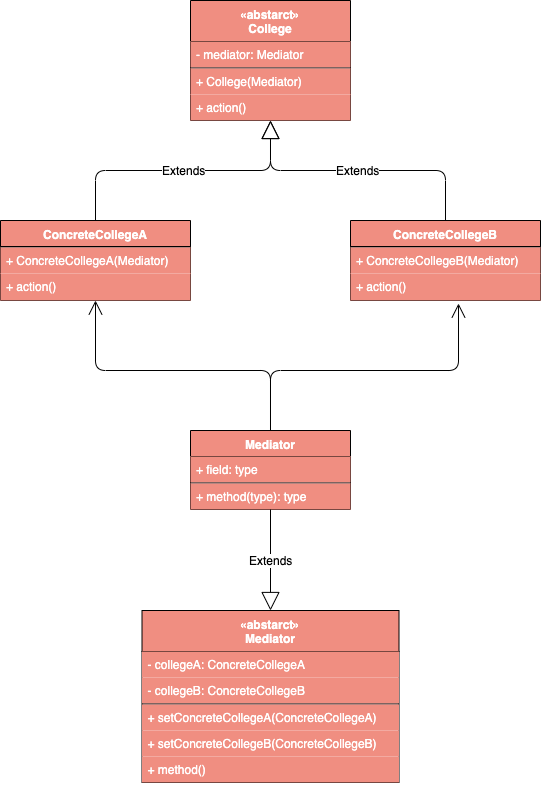
Above: docs/drawio/Mediator.png in CodePoem/VDesignPatterns (draw.io), before the change. Source tidied: cells renumbered, new cells last; positions are measured from the earlier drawing's top-left corner, leaving out a move shared by most shapes. The source it was exported from:
```xml
<mxGraphModel>
  <root>
    <mxCell id="0" />
    <mxCell id="1" parent="0" />
    <mxCell id="2" value="Mediator" style="swimlane;fontStyle=1;align=center;verticalAlign=top;horizontal=1;startSize=26;fillColor=#F08E81;fontColor=#FFFFFF;" parent="1" vertex="1">
      <mxGeometry x="190" y="430" width="160" height="79" as="geometry" />
    </mxCell>
    <mxCell id="3" value="+ field: type" style="text;strokeColor=none;fillColor=#F08E81;align=left;verticalAlign=top;spacingLeft=4;spacingRight=4;overflow=hidden;fontColor=#FFFFFF;" parent="2" vertex="1">
      <mxGeometry y="26" width="160" height="26" as="geometry" />
    </mxCell>
    <mxCell id="4" style="line;strokeWidth=1;fillColor=#F08E81;align=left;verticalAlign=middle;spacingTop=-1;spacingLeft=3;spacingRight=3;labelPosition=right;fontColor=#FFFFFF;" parent="2" vertex="1">
      <mxGeometry y="52" width="160" height="1" as="geometry" />
    </mxCell>
    <mxCell id="5" value="+ method(type): type" style="text;strokeColor=none;fillColor=#F08E81;align=left;verticalAlign=top;spacingLeft=4;spacingRight=4;overflow=hidden;fontColor=#FFFFFF;" parent="2" vertex="1">
      <mxGeometry y="53" width="160" height="26" as="geometry" />
    </mxCell>
    <mxCell id="6" value="«abstarct»&#10;College" style="swimlane;fontStyle=1;align=center;verticalAlign=top;horizontal=1;startSize=41;fillColor=#F08E81;fontColor=#FFFFFF;" parent="1" vertex="1">
      <mxGeometry x="190" width="160" height="120" as="geometry" />
    </mxCell>
    <mxCell id="7" value="- mediator: Mediator" style="text;strokeColor=none;fillColor=#F08E81;align=left;verticalAlign=top;spacingLeft=4;spacingRight=4;overflow=hidden;fontColor=#FFFFFF;" parent="6" vertex="1">
      <mxGeometry y="41" width="160" height="26" as="geometry" />
    </mxCell>
    <mxCell id="8" style="line;strokeWidth=1;fillColor=#F08E81;align=left;verticalAlign=middle;spacingTop=-1;spacingLeft=3;spacingRight=3;labelPosition=right;fontColor=#FFFFFF;" parent="6" vertex="1">
      <mxGeometry y="67" width="160" height="1" as="geometry" />
    </mxCell>
    <mxCell id="9" value="+ College(Mediator)" style="text;strokeColor=none;fillColor=#F08E81;align=left;verticalAlign=top;spacingLeft=4;spacingRight=4;overflow=hidden;fontColor=#FFFFFF;" parent="6" vertex="1">
      <mxGeometry y="68" width="160" height="26" as="geometry" />
    </mxCell>
    <mxCell id="10" value="+ action()" style="text;strokeColor=none;fillColor=#F08E81;align=left;verticalAlign=top;spacingLeft=4;spacingRight=4;overflow=hidden;fontColor=#FFFFFF;" parent="6" vertex="1">
      <mxGeometry y="94" width="160" height="26" as="geometry" />
    </mxCell>
    <mxCell id="11" value="ConcreteCollegeA" style="swimlane;fontStyle=1;align=center;verticalAlign=top;horizontal=1;startSize=26;fillColor=#F08E81;fontColor=#FFFFFF;" parent="1" vertex="1">
      <mxGeometry y="220" width="190" height="80" as="geometry" />
    </mxCell>
    <mxCell id="12" style="line;strokeWidth=1;fillColor=#F08E81;align=left;verticalAlign=middle;spacingTop=-1;spacingLeft=3;spacingRight=3;labelPosition=right;fontColor=#FFFFFF;" parent="11" vertex="1">
      <mxGeometry y="26" width="190" height="1" as="geometry" />
    </mxCell>
    <mxCell id="13" value="+ ConcreteCollegeA(Mediator)" style="text;strokeColor=none;fillColor=#F08E81;align=left;verticalAlign=top;spacingLeft=4;spacingRight=4;overflow=hidden;fontColor=#FFFFFF;" parent="11" vertex="1">
      <mxGeometry y="27" width="190" height="26" as="geometry" />
    </mxCell>
    <mxCell id="14" value="+ action()" style="text;strokeColor=none;fillColor=#F08E81;align=left;verticalAlign=top;spacingLeft=4;spacingRight=4;overflow=hidden;fontColor=#FFFFFF;" parent="11" vertex="1">
      <mxGeometry y="53" width="190" height="27" as="geometry" />
    </mxCell>
    <mxCell id="15" value="«abstarct»&#10;Mediator" style="swimlane;fontStyle=1;align=center;verticalAlign=top;horizontal=1;startSize=41;fillColor=#F08E81;fontColor=#FFFFFF;" parent="1" vertex="1">
      <mxGeometry x="141.5" y="610" width="257" height="172" as="geometry" />
    </mxCell>
    <mxCell id="16" value="- collegeA: ConcreteCollegeA" style="text;strokeColor=none;fillColor=#F08E81;align=left;verticalAlign=top;spacingLeft=4;spacingRight=4;overflow=hidden;fontColor=#FFFFFF;" parent="15" vertex="1">
      <mxGeometry y="41" width="257" height="26" as="geometry" />
    </mxCell>
    <mxCell id="17" value="- collegeB: ConcreteCollegeB" style="text;strokeColor=none;fillColor=#F08E81;align=left;verticalAlign=top;spacingLeft=4;spacingRight=4;overflow=hidden;fontColor=#FFFFFF;" parent="15" vertex="1">
      <mxGeometry y="67" width="257" height="26" as="geometry" />
    </mxCell>
    <mxCell id="18" style="line;strokeWidth=1;fillColor=#F08E81;align=left;verticalAlign=middle;spacingTop=-1;spacingLeft=3;spacingRight=3;labelPosition=right;fontColor=#FFFFFF;" parent="15" vertex="1">
      <mxGeometry y="93" width="257" height="1" as="geometry" />
    </mxCell>
    <mxCell id="19" value="+ setConcreteCollegeA(ConcreteCollegeA)" style="text;strokeColor=none;fillColor=#F08E81;align=left;verticalAlign=top;spacingLeft=4;spacingRight=4;overflow=hidden;fontColor=#FFFFFF;" parent="15" vertex="1">
      <mxGeometry y="94" width="257" height="26" as="geometry" />
    </mxCell>
    <mxCell id="20" value="+ setConcreteCollegeB(ConcreteCollegeB)" style="text;strokeColor=none;fillColor=#F08E81;align=left;verticalAlign=top;spacingLeft=4;spacingRight=4;overflow=hidden;fontColor=#FFFFFF;" parent="15" vertex="1">
      <mxGeometry y="120" width="257" height="26" as="geometry" />
    </mxCell>
    <mxCell id="21" value="+ method()" style="text;strokeColor=none;fillColor=#F08E81;align=left;verticalAlign=top;spacingLeft=4;spacingRight=4;overflow=hidden;fontColor=#FFFFFF;" parent="15" vertex="1">
      <mxGeometry y="146" width="257" height="26" as="geometry" />
    </mxCell>
    <mxCell id="22" value="ConcreteCollegeB" style="swimlane;fontStyle=1;align=center;verticalAlign=top;horizontal=1;startSize=26;fillColor=#F08E81;fontColor=#FFFFFF;" parent="1" vertex="1">
      <mxGeometry x="350" y="220" width="190" height="80" as="geometry" />
    </mxCell>
    <mxCell id="23" style="line;strokeWidth=1;fillColor=#F08E81;align=left;verticalAlign=middle;spacingTop=-1;spacingLeft=3;spacingRight=3;labelPosition=right;fontColor=#FFFFFF;" parent="22" vertex="1">
      <mxGeometry y="26" width="190" height="1" as="geometry" />
    </mxCell>
    <mxCell id="24" value="+ ConcreteCollegeB(Mediator)" style="text;strokeColor=none;fillColor=#F08E81;align=left;verticalAlign=top;spacingLeft=4;spacingRight=4;overflow=hidden;fontColor=#FFFFFF;" parent="22" vertex="1">
      <mxGeometry y="27" width="190" height="26" as="geometry" />
    </mxCell>
    <mxCell id="25" value="+ action()" style="text;strokeColor=none;fillColor=#F08E81;align=left;verticalAlign=top;spacingLeft=4;spacingRight=4;overflow=hidden;points=[[0,0.5],[1,0.5]];portConstraint=eastwest;fontColor=#FFFFFF;" parent="22" vertex="1">
      <mxGeometry y="53" width="190" height="27" as="geometry" />
    </mxCell>
    <mxCell id="26" value="Extends" style="endArrow=block;endSize=16;endFill=0;html=1;fontColor=#000000;entryX=0.5;entryY=1;entryDx=0;entryDy=0;exitX=0.5;exitY=0;exitDx=0;exitDy=0;edgeStyle=orthogonalEdgeStyle;" parent="1" edge="1" source="11" target="6">
      <mxGeometry relative="1" as="geometry" />
    </mxCell>
    <mxCell id="27" value="Extends" style="endArrow=block;endSize=16;endFill=0;html=1;fontColor=#000000;entryX=0.5;entryY=1;entryDx=0;entryDy=0;exitX=0.5;exitY=0;exitDx=0;exitDy=0;edgeStyle=orthogonalEdgeStyle;" parent="1" edge="1" source="22" target="6">
      <mxGeometry relative="1" as="geometry" />
    </mxCell>
    <mxCell id="28" style="endArrow=open;endFill=1;endSize=12;html=1;fontColor=#000000;entryX=0.5;entryY=1;entryDx=0;entryDy=0;exitX=0.5;exitY=0;exitDx=0;exitDy=0;edgeStyle=orthogonalEdgeStyle;" parent="1" edge="1" source="2" target="11">
      <mxGeometry relative="1" as="geometry">
        <Array as="points">
          <mxPoint x="270" y="370" />
          <mxPoint x="95" y="370" />
        </Array>
      </mxGeometry>
    </mxCell>
    <mxCell id="29" style="endArrow=open;endFill=1;endSize=12;html=1;fontColor=#000000;entryX=0.568;entryY=1.111;entryDx=0;entryDy=0;entryPerimeter=0;exitX=0.5;exitY=0;exitDx=0;exitDy=0;edgeStyle=orthogonalEdgeStyle;" parent="1" edge="1" source="2" target="25">
      <mxGeometry relative="1" as="geometry">
        <Array as="points">
          <mxPoint x="270" y="370" />
          <mxPoint x="458" y="370" />
        </Array>
      </mxGeometry>
    </mxCell>
    <mxCell id="30" value="Extends" style="endArrow=block;endSize=16;endFill=0;html=1;fontColor=#000000;entryX=0.5;entryY=0;entryDx=0;entryDy=0;exitX=0.5;exitY=1;exitDx=0;exitDy=0;" parent="1" edge="1" source="2" target="15">
      <mxGeometry relative="1" as="geometry" />
    </mxCell>
  </root>
</mxGraphModel>
```
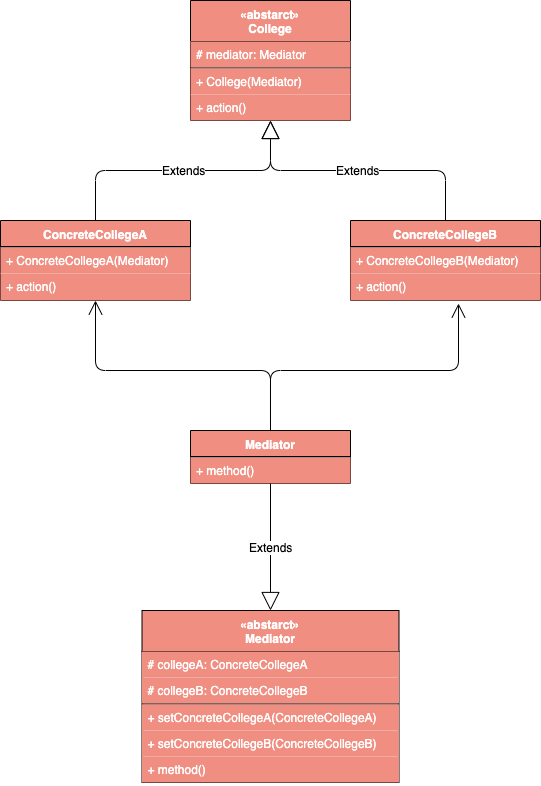
The same diagram one commit later.

Change to the diagram source:
```diff
@@ -3,21 +3,18 @@
     <mxCell id="0" />
     <mxCell id="1" parent="0" />
     <mxCell id="2" value="Mediator" style="swimlane;fontStyle=1;align=center;verticalAlign=top;horizontal=1;startSize=26;fillColor=#F08E81;fontColor=#FFFFFF;" parent="1" vertex="1">
-      <mxGeometry x="190" y="430" width="160" height="79" as="geometry" />
+      <mxGeometry x="190" y="430" width="160" height="53" as="geometry" />
     </mxCell>
-    <mxCell id="3" value="+ field: type" style="text;strokeColor=none;fillColor=#F08E81;align=left;verticalAlign=top;spacingLeft=4;spacingRight=4;overflow=hidden;fontColor=#FFFFFF;" parent="2" vertex="1">
-      <mxGeometry y="26" width="160" height="26" as="geometry" />
-    </mxCell>
     <mxCell id="4" style="line;strokeWidth=1;fillColor=#F08E81;align=left;verticalAlign=middle;spacingTop=-1;spacingLeft=3;spacingRight=3;labelPosition=right;fontColor=#FFFFFF;" parent="2" vertex="1">
-      <mxGeometry y="52" width="160" height="1" as="geometry" />
+      <mxGeometry y="26" width="160" height="1" as="geometry" />
     </mxCell>
-    <mxCell id="5" value="+ method(type): type" style="text;strokeColor=none;fillColor=#F08E81;align=left;verticalAlign=top;spacingLeft=4;spacingRight=4;overflow=hidden;fontColor=#FFFFFF;" parent="2" vertex="1">
-      <mxGeometry y="53" width="160" height="26" as="geometry" />
+    <mxCell id="5" value="+ method()" style="text;strokeColor=none;fillColor=#F08E81;align=left;verticalAlign=top;spacingLeft=4;spacingRight=4;overflow=hidden;fontColor=#FFFFFF;" parent="2" vertex="1">
+      <mxGeometry y="27" width="160" height="26" as="geometry" />
     </mxCell>
     <mxCell id="6" value="«abstarct»&#10;College" style="swimlane;fontStyle=1;align=center;verticalAlign=top;horizontal=1;startSize=41;fillColor=#F08E81;fontColor=#FFFFFF;" parent="1" vertex="1">
       <mxGeometry x="190" width="160" height="120" as="geometry" />
     </mxCell>
-    <mxCell id="7" value="- mediator: Mediator" style="text;strokeColor=none;fillColor=#F08E81;align=left;verticalAlign=top;spacingLeft=4;spacingRight=4;overflow=hidden;fontColor=#FFFFFF;" parent="6" vertex="1">
+    <mxCell id="7" value="# mediator: Mediator" style="text;strokeColor=none;fillColor=#F08E81;align=left;verticalAlign=top;spacingLeft=4;spacingRight=4;overflow=hidden;fontColor=#FFFFFF;" parent="6" vertex="1">
       <mxGeometry y="41" width="160" height="26" as="geometry" />
     </mxCell>
     <mxCell id="8" style="line;strokeWidth=1;fillColor=#F08E81;align=left;verticalAlign=middle;spacingTop=-1;spacingLeft=3;spacingRight=3;labelPosition=right;fontColor=#FFFFFF;" parent="6" vertex="1">
@@ -44,10 +41,10 @@
     <mxCell id="15" value="«abstarct»&#10;Mediator" style="swimlane;fontStyle=1;align=center;verticalAlign=top;horizontal=1;startSize=41;fillColor=#F08E81;fontColor=#FFFFFF;" parent="1" vertex="1">
       <mxGeometry x="141.5" y="610" width="257" height="172" as="geometry" />
     </mxCell>
-    <mxCell id="16" value="- collegeA: ConcreteCollegeA" style="text;strokeColor=none;fillColor=#F08E81;align=left;verticalAlign=top;spacingLeft=4;spacingRight=4;overflow=hidden;fontColor=#FFFFFF;" parent="15" vertex="1">
+    <mxCell id="16" value="# collegeA: ConcreteCollegeA" style="text;strokeColor=none;fillColor=#F08E81;align=left;verticalAlign=top;spacingLeft=4;spacingRight=4;overflow=hidden;fontColor=#FFFFFF;" parent="15" vertex="1">
       <mxGeometry y="41" width="257" height="26" as="geometry" />
     </mxCell>
-    <mxCell id="17" value="- collegeB: ConcreteCollegeB" style="text;strokeColor=none;fillColor=#F08E81;align=left;verticalAlign=top;spacingLeft=4;spacingRight=4;overflow=hidden;fontColor=#FFFFFF;" parent="15" vertex="1">
+    <mxCell id="17" value="# collegeB: ConcreteCollegeB" style="text;strokeColor=none;fillColor=#F08E81;align=left;verticalAlign=top;spacingLeft=4;spacingRight=4;overflow=hidden;fontColor=#FFFFFF;" parent="15" vertex="1">
       <mxGeometry y="67" width="257" height="26" as="geometry" />
     </mxCell>
     <mxCell id="18" style="line;strokeWidth=1;fillColor=#F08E81;align=left;verticalAlign=middle;spacingTop=-1;spacingLeft=3;spacingRight=3;labelPosition=right;fontColor=#FFFFFF;" parent="15" vertex="1">
```
